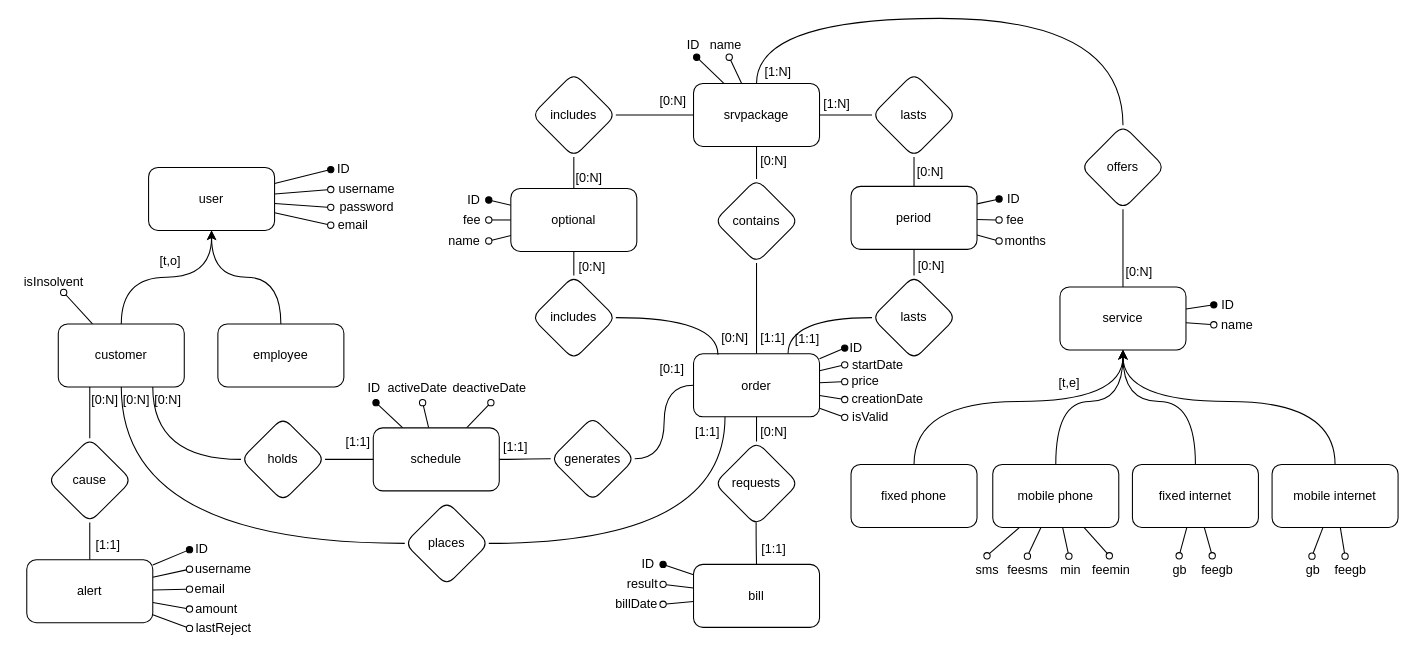
LucaGenoni/TelcoApp keeps this draw.io diagram as docs/diagrams/0 ER.drawio. Above is the earlier version. Source tidied: cells renumbered, new cells numbered last; positions are measured from the earlier drawing's top-left corner, leaving out a move shared by most shapes. Both pictures are drawn from the tidied source at 105%, with x=0, y=0 at pixel (18, 18).
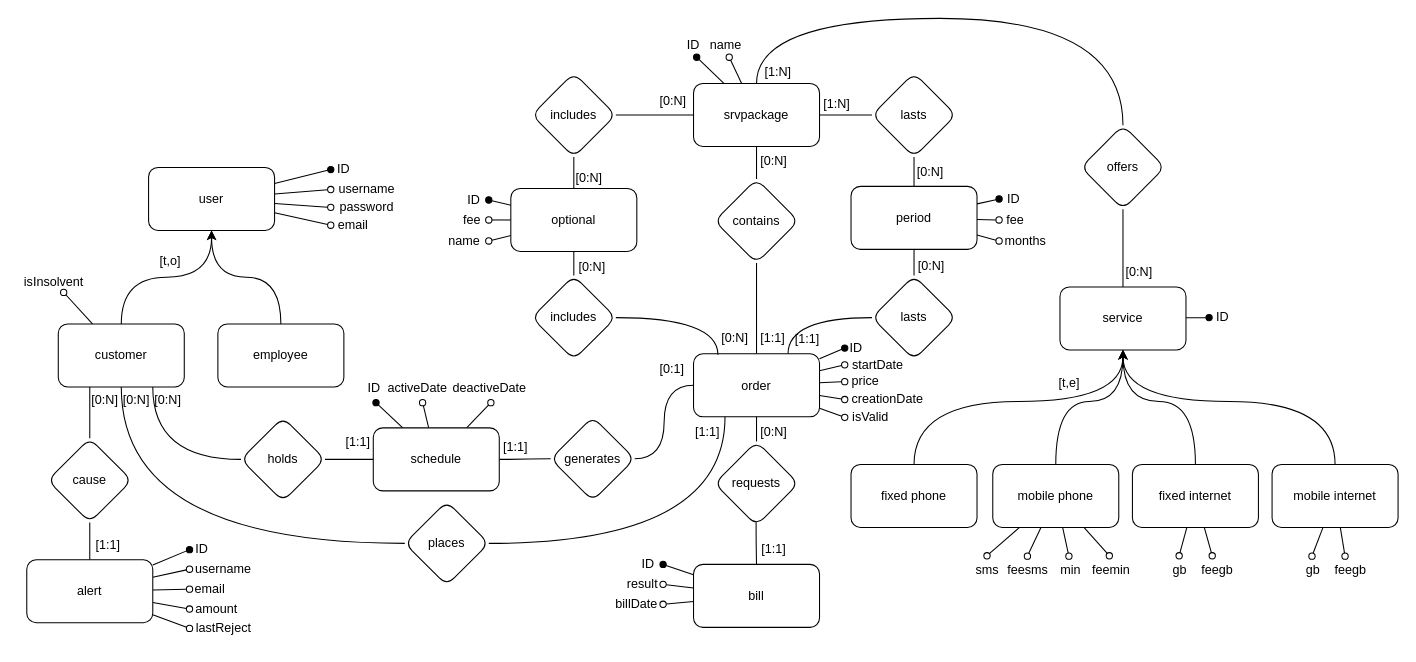
The same diagram, later.

Unchanged cells that the change refers to:
```xml
<mxCell id="17" value="service" style="rounded=1;whiteSpace=wrap;html=1;sketch=0;" parent="1" vertex="1">
  <mxGeometry x="992" y="255.8" width="120" height="60" as="geometry" />
</mxCell>
```

The edit, as a diff of the source:
```diff
@@
-    <mxCell id="16" style="edgeStyle=none;rounded=0;sketch=0;jettySize=auto;html=1;entryX=0;entryY=0.5;entryDx=0;entryDy=0;endArrow=oval;endFill=0;" parent="1" edge="1" source="17" target="150">
-      <mxGeometry relative="1" as="geometry" />
-    </mxCell>
@@
     <mxCell id="149" value="ID" style="text;whiteSpace=wrap;html=1;align=right;sketch=0;" parent="1" vertex="1">
-      <mxGeometry x="1138.5" y="258.8" width="20.5" height="28" as="geometry" />
+      <mxGeometry x="1134" y="271" width="20.5" height="28" as="geometry" />
     </mxCell>
-    <mxCell id="150" value="name" style="text;whiteSpace=wrap;html=1;align=right;sketch=0;" parent="1" vertex="1">
-      <mxGeometry x="1138.5" y="277.8" width="38.5" height="28" as="geometry" />
-    </mxCell>
```
